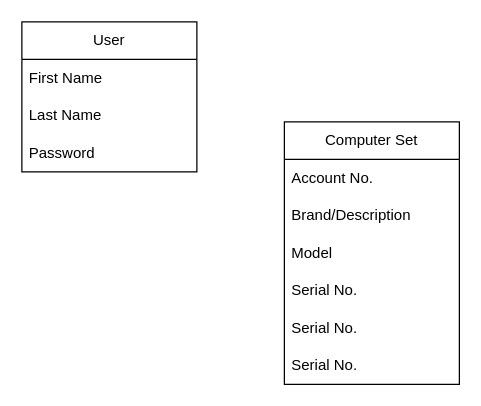
This is ERD.drawio from tricia-mj/Technical-Media-Inventory-System, a draw.io file, before an edit. Source tidied: cells renumbered, new cells numbered last; positions are measured from the earlier drawing's top-left corner, leaving out a move shared by most shapes. Both pictures are drawn from the tidied source at 125%, with x=0, y=0 at pixel (21, 21).
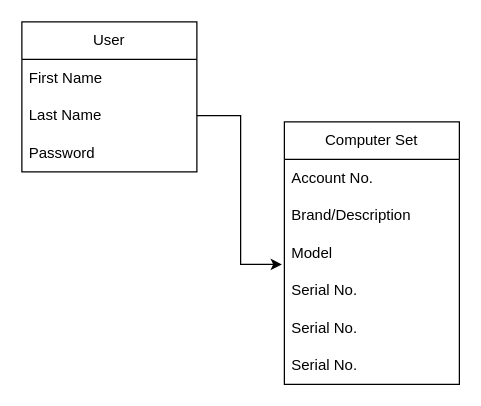
After the change.

The edit, as a diff of the source:
```diff
@@
 <mxGraphModel>
   <root>
     <mxCell id="0" />
     <mxCell id="1" parent="0" />
     <mxCell id="2" value="User" style="swimlane;fontStyle=0;horizontal=1;startSize=30;whiteSpace=wrap;html=1;" parent="1" vertex="1">
       <mxGeometry width="140" height="120" as="geometry" />
     </mxCell>
     <mxCell id="3" value="First Name" style="text;strokeColor=none;fillColor=none;align=left;verticalAlign=middle;spacingLeft=4;spacingRight=4;overflow=hidden;whiteSpace=wrap;html=1;" parent="2" vertex="1">
       <mxGeometry y="30" width="140" height="30" as="geometry" />
     </mxCell>
     <mxCell id="4" value="Last Name" style="text;strokeColor=none;fillColor=none;align=left;verticalAlign=middle;spacingLeft=4;spacingRight=4;overflow=hidden;points=[[0,0.5],[1,0.5]];portConstraint=eastwest;whiteSpace=wrap;html=1;" parent="2" vertex="1">
       <mxGeometry y="60" width="140" height="30" as="geometry" />
     </mxCell>
     <mxCell id="5" value="Password" style="text;strokeColor=none;fillColor=none;align=left;verticalAlign=middle;spacingLeft=4;spacingRight=4;overflow=hidden;whiteSpace=wrap;html=1;" parent="2" vertex="1">
       <mxGeometry y="90" width="140" height="30" as="geometry" />
     </mxCell>
     <mxCell id="6" value="Computer Set" style="swimlane;fontStyle=0;horizontal=1;startSize=30;whiteSpace=wrap;html=1;" parent="1" vertex="1">
       <mxGeometry x="210" y="80" width="140" height="210" as="geometry" />
     </mxCell>
     <mxCell id="7" value="Account No." style="text;strokeColor=none;fillColor=none;align=left;verticalAlign=middle;spacingLeft=4;spacingRight=4;overflow=hidden;whiteSpace=wrap;html=1;" parent="6" vertex="1">
       <mxGeometry y="30" width="140" height="30" as="geometry" />
     </mxCell>
     <mxCell id="8" value="Brand/Description" style="text;strokeColor=none;fillColor=none;align=left;verticalAlign=middle;spacingLeft=4;spacingRight=4;overflow=hidden;whiteSpace=wrap;html=1;" parent="6" vertex="1">
       <mxGeometry y="60" width="140" height="30" as="geometry" />
     </mxCell>
     <mxCell id="9" value="Model" style="text;strokeColor=none;fillColor=none;align=left;verticalAlign=middle;spacingLeft=4;spacingRight=4;overflow=hidden;points=[[0,0.5],[1,0.5]];portConstraint=eastwest;whiteSpace=wrap;html=1;" parent="6" vertex="1">
       <mxGeometry y="90" width="140" height="30" as="geometry" />
     </mxCell>
     <mxCell id="10" value="Serial No." style="text;strokeColor=none;fillColor=none;align=left;verticalAlign=middle;spacingLeft=4;spacingRight=4;overflow=hidden;whiteSpace=wrap;html=1;" parent="6" vertex="1">
       <mxGeometry y="120" width="140" height="30" as="geometry" />
     </mxCell>
     <mxCell id="11" value="Serial No." style="text;strokeColor=none;fillColor=none;align=left;verticalAlign=middle;spacingLeft=4;spacingRight=4;overflow=hidden;whiteSpace=wrap;html=1;" parent="6" vertex="1">
       <mxGeometry y="150" width="140" height="30" as="geometry" />
     </mxCell>
     <mxCell id="12" value="Serial No." style="text;strokeColor=none;fillColor=none;align=left;verticalAlign=middle;spacingLeft=4;spacingRight=4;overflow=hidden;whiteSpace=wrap;html=1;" parent="6" vertex="1">
       <mxGeometry y="180" width="140" height="30" as="geometry" />
     </mxCell>
+    <mxCell id="13" style="edgeStyle=orthogonalEdgeStyle;rounded=0;jettySize=auto;html=1;exitX=1;exitY=0.5;exitDx=0;exitDy=0;entryX=-0.014;entryY=0.8;entryDx=0;entryDy=0;entryPerimeter=0;" parent="1" edge="1" source="4" target="9">
+      <mxGeometry relative="1" as="geometry" />
+    </mxCell>
   </root>
 </mxGraphModel>
```
